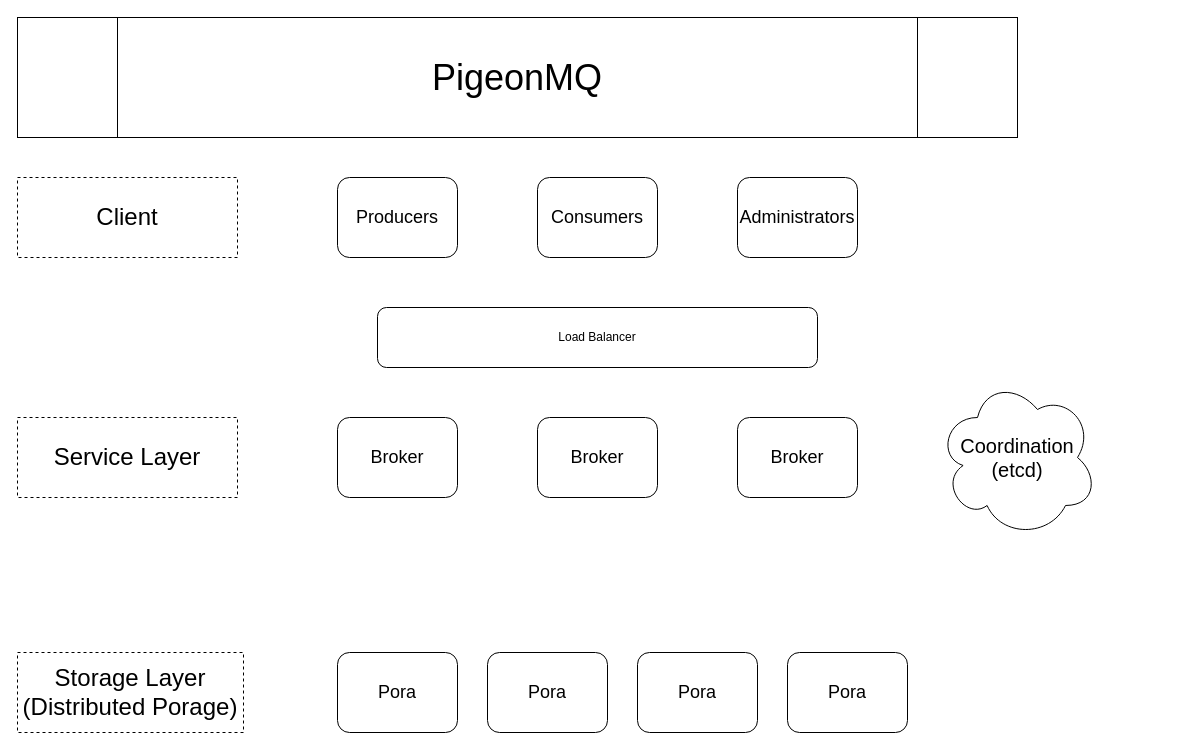
The draw.io diagram page "architecture" (1 of 5) of docs/diagrams/pigeonmq.drawio in YinhaoHu/pigeonmq, before the edit. Source tidied: cells renumbered, new cells numbered last; positions are measured from the earlier drawing's top-left corner, leaving out a move shared by most shapes. Both pictures are drawn from the tidied source at 100%, with x=0, y=0 at pixel (17, 17).
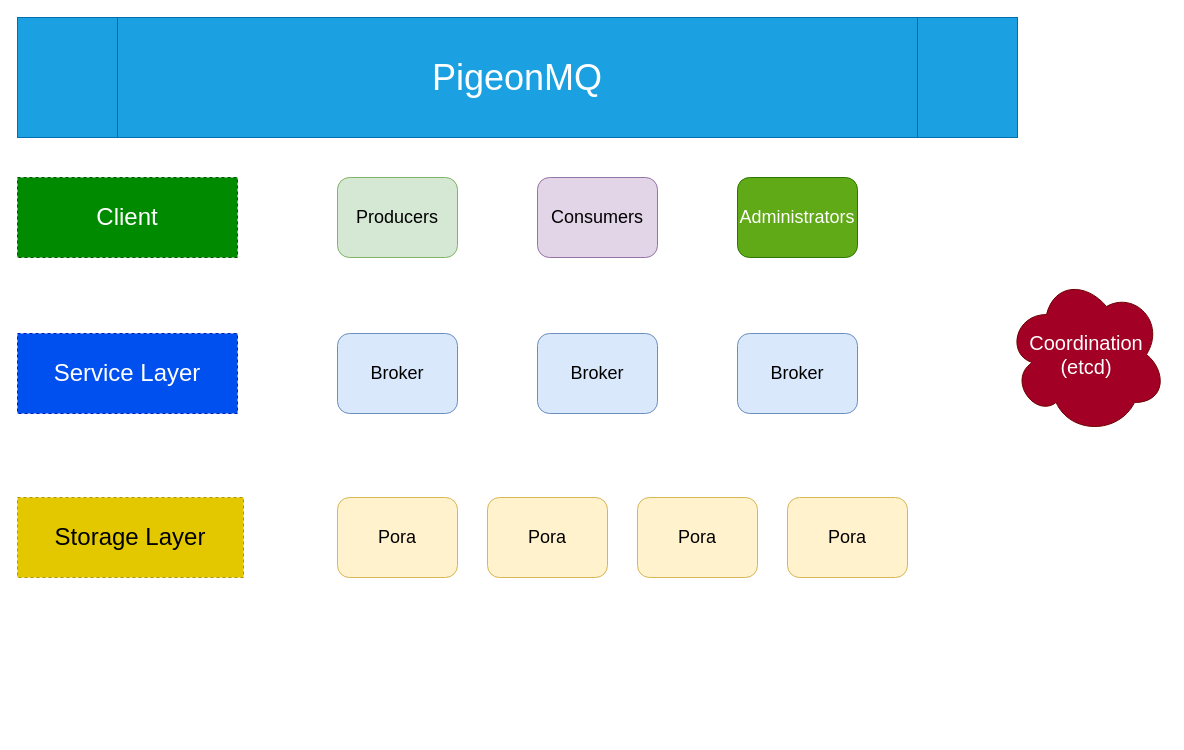
After the change.

The edit, as a diff of the source:
```diff
@@
 <mxGraphModel>
   <root>
     <mxCell id="0" />
     <mxCell id="1" parent="0" />
-    <mxCell id="2" value="Service Layer" style="text;html=1;align=center;verticalAlign=middle;whiteSpace=wrap;rounded=0;strokeColor=default;dashed=1;fontSize=24;" parent="1" vertex="1">
-      <mxGeometry y="400" width="220" height="80" as="geometry" />
+    <mxCell id="2" value="Service Layer" style="text;html=1;align=center;verticalAlign=middle;whiteSpace=wrap;rounded=0;strokeColor=#001DBC;dashed=1;fontSize=24;fillColor=#0050ef;fontColor=#ffffff;" parent="1" vertex="1">
+      <mxGeometry y="316" width="220" height="80" as="geometry" />
     </mxCell>
-    <mxCell id="3" value="Storage Layer&lt;div&gt;(Distributed Porage)&lt;/div&gt;" style="text;html=1;align=center;verticalAlign=middle;whiteSpace=wrap;rounded=0;strokeColor=default;dashed=1;fontSize=24;" parent="1" vertex="1">
-      <mxGeometry y="635" width="226" height="80" as="geometry" />
+    <mxCell id="3" value="Storage Layer" style="text;html=1;align=center;verticalAlign=middle;whiteSpace=wrap;rounded=0;strokeColor=#B09500;dashed=1;fontSize=24;fillColor=#e3c800;fontColor=#000000;" parent="1" vertex="1">
+      <mxGeometry y="480" width="226" height="80" as="geometry" />
     </mxCell>
-    <mxCell id="4" value="Pora" style="rounded=1;whiteSpace=wrap;html=1;fontSize=18;" parent="1" vertex="1">
-      <mxGeometry x="320" y="635" width="120" height="80" as="geometry" />
+    <mxCell id="4" value="Pora" style="rounded=1;whiteSpace=wrap;html=1;fontSize=18;fillColor=#fff2cc;strokeColor=#d6b656;" parent="1" vertex="1">
+      <mxGeometry x="320" y="480" width="120" height="80" as="geometry" />
     </mxCell>
-    <mxCell id="5" value="Broker" style="rounded=1;whiteSpace=wrap;html=1;fontSize=18;" parent="1" vertex="1">
-      <mxGeometry x="320" y="400" width="120" height="80" as="geometry" />
+    <mxCell id="5" value="Broker" style="rounded=1;whiteSpace=wrap;html=1;fontSize=18;fillColor=#dae8fc;strokeColor=#6c8ebf;" parent="1" vertex="1">
+      <mxGeometry x="320" y="316" width="120" height="80" as="geometry" />
     </mxCell>
-    <mxCell id="6" value="Broker" style="rounded=1;whiteSpace=wrap;html=1;fontSize=18;" parent="1" vertex="1">
-      <mxGeometry x="720" y="400" width="120" height="80" as="geometry" />
+    <mxCell id="6" value="Broker" style="rounded=1;whiteSpace=wrap;html=1;fontSize=18;fillColor=#dae8fc;strokeColor=#6c8ebf;" parent="1" vertex="1">
+      <mxGeometry x="720" y="316" width="120" height="80" as="geometry" />
     </mxCell>
-    <mxCell id="7" value="Broker" style="rounded=1;whiteSpace=wrap;html=1;fontSize=18;" parent="1" vertex="1">
-      <mxGeometry x="520" y="400" width="120" height="80" as="geometry" />
+    <mxCell id="7" value="Broker" style="rounded=1;whiteSpace=wrap;html=1;fontSize=18;fillColor=#dae8fc;strokeColor=#6c8ebf;" parent="1" vertex="1">
+      <mxGeometry x="520" y="316" width="120" height="80" as="geometry" />
     </mxCell>
-    <mxCell id="8" value="Client" style="text;html=1;align=center;verticalAlign=middle;whiteSpace=wrap;rounded=0;strokeColor=default;dashed=1;fontSize=24;" parent="1" vertex="1">
+    <mxCell id="8" value="Client" style="text;html=1;align=center;verticalAlign=middle;whiteSpace=wrap;rounded=0;strokeColor=#005700;dashed=1;fontSize=24;fillColor=#008a00;fontColor=#ffffff;" parent="1" vertex="1">
       <mxGeometry y="160" width="220" height="80" as="geometry" />
     </mxCell>
-    <mxCell id="9" value="Consumers" style="rounded=1;whiteSpace=wrap;html=1;fontSize=18;" parent="1" vertex="1">
+    <mxCell id="9" value="Consumers" style="rounded=1;whiteSpace=wrap;html=1;fontSize=18;fillColor=#e1d5e7;strokeColor=#9673a6;" parent="1" vertex="1">
       <mxGeometry x="520" y="160" width="120" height="80" as="geometry" />
     </mxCell>
-    <mxCell id="10" value="Producers" style="rounded=1;whiteSpace=wrap;html=1;fontSize=18;" parent="1" vertex="1">
+    <mxCell id="10" value="Producers" style="rounded=1;whiteSpace=wrap;html=1;fontSize=18;fillColor=#d5e8d4;strokeColor=#82b366;" parent="1" vertex="1">
       <mxGeometry x="320" y="160" width="120" height="80" as="geometry" />
     </mxCell>
-    <mxCell id="11" value="Administrators" style="rounded=1;whiteSpace=wrap;html=1;fontSize=18;" parent="1" vertex="1">
+    <mxCell id="11" value="Administrators" style="rounded=1;whiteSpace=wrap;html=1;fontSize=18;fillColor=#60a917;strokeColor=#2D7600;fontColor=#ffffff;" parent="1" vertex="1">
       <mxGeometry x="720" y="160" width="120" height="80" as="geometry" />
     </mxCell>
-    <mxCell id="12" value="Coordination&lt;div&gt;(etcd)&lt;/div&gt;" style="ellipse;shape=cloud;whiteSpace=wrap;html=1;fontSize=20;" parent="1" vertex="1">
-      <mxGeometry x="920" y="360" width="160" height="160" as="geometry" />
+    <mxCell id="12" value="Coordination&lt;div&gt;(etcd)&lt;/div&gt;" style="ellipse;shape=cloud;whiteSpace=wrap;html=1;fontSize=20;fillColor=#a20025;fontColor=#ffffff;strokeColor=#6F0000;" parent="1" vertex="1">
+      <mxGeometry x="989" y="257" width="160" height="160" as="geometry" />
     </mxCell>
-    <mxCell id="13" value="PigeonMQ" style="shape=process;whiteSpace=wrap;html=1;backgroundOutline=1;fontSize=36;" parent="1" vertex="1">
+    <mxCell id="13" value="PigeonMQ" style="shape=process;whiteSpace=wrap;html=1;backgroundOutline=1;fontSize=36;fillColor=#1ba1e2;fontColor=#ffffff;strokeColor=#006EAF;" parent="1" vertex="1">
       <mxGeometry width="1000" height="120" as="geometry" />
     </mxCell>
-    <mxCell id="14" value="Load Balancer" style="rounded=1;whiteSpace=wrap;html=1;" parent="1" vertex="1">
-      <mxGeometry x="360" y="290" width="440" height="60" as="geometry" />
-    </mxCell>
-    <mxCell id="15" value="Pora" style="rounded=1;whiteSpace=wrap;html=1;fontSize=18;" parent="1" vertex="1">
-      <mxGeometry x="620" y="635" width="120" height="80" as="geometry" />
+    <mxCell id="15" value="Pora" style="rounded=1;whiteSpace=wrap;html=1;fontSize=18;fillColor=#fff2cc;strokeColor=#d6b656;" parent="1" vertex="1">
+      <mxGeometry x="620" y="480" width="120" height="80" as="geometry" />
     </mxCell>
-    <mxCell id="16" value="Pora" style="rounded=1;whiteSpace=wrap;html=1;fontSize=18;" parent="1" vertex="1">
-      <mxGeometry x="470" y="635" width="120" height="80" as="geometry" />
+    <mxCell id="16" value="Pora" style="rounded=1;whiteSpace=wrap;html=1;fontSize=18;fillColor=#fff2cc;strokeColor=#d6b656;" parent="1" vertex="1">
+      <mxGeometry x="470" y="480" width="120" height="80" as="geometry" />
     </mxCell>
-    <mxCell id="17" value="Pora" style="rounded=1;whiteSpace=wrap;html=1;fontSize=18;" parent="1" vertex="1">
-      <mxGeometry x="770" y="635" width="120" height="80" as="geometry" />
+    <mxCell id="17" value="Pora" style="rounded=1;whiteSpace=wrap;html=1;fontSize=18;fillColor=#fff2cc;strokeColor=#d6b656;" parent="1" vertex="1">
+      <mxGeometry x="770" y="480" width="120" height="80" as="geometry" />
     </mxCell>
   </root>
 </mxGraphModel>
```
